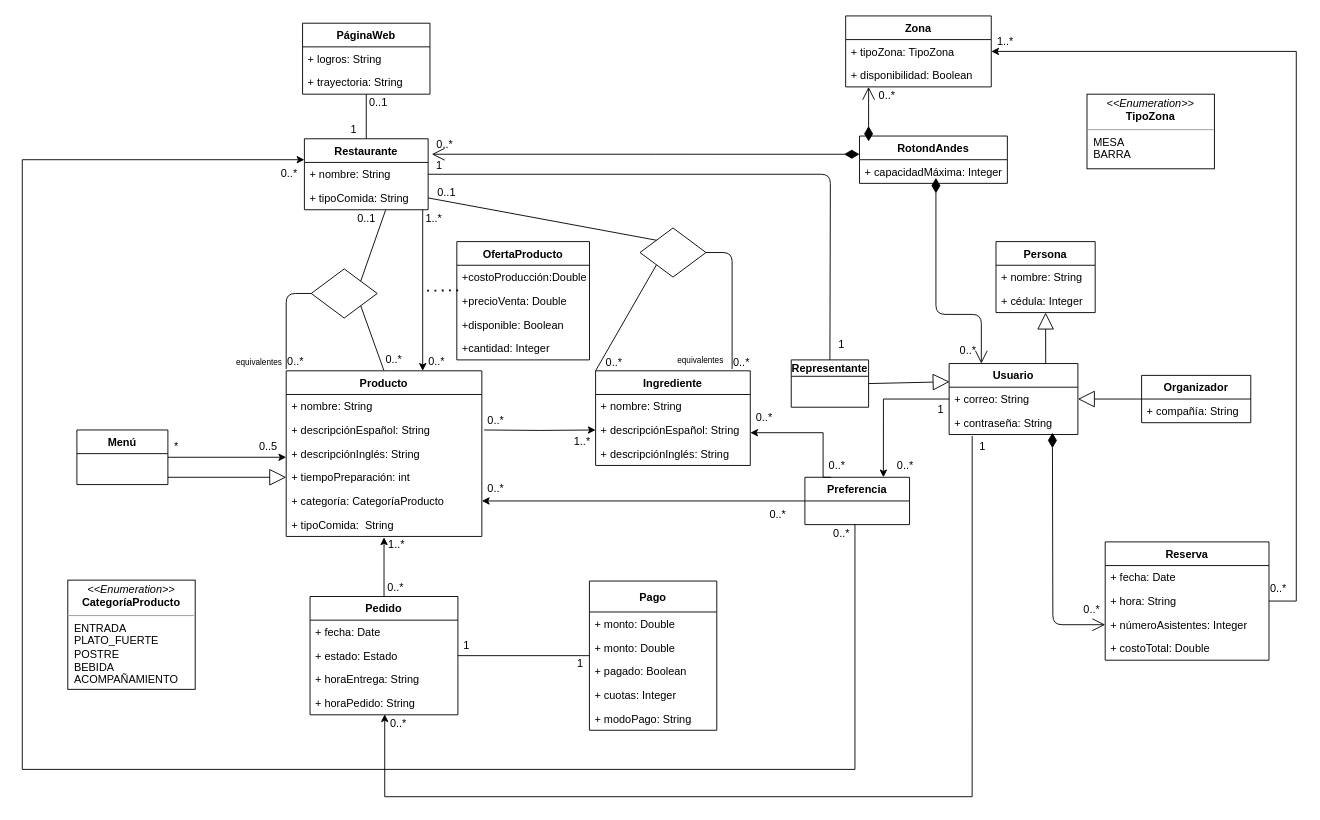
ValentinaSalazarM/Sistrans keeps this draw.io diagram as Untitled Diagram.drawio. Above is the earlier version. Source tidied: cells renumbered, new cells numbered last; positions are measured from the earlier drawing's top-left corner, leaving out a move shared by most shapes. Both pictures are drawn from the tidied source at 91%, with x=0, y=0 at pixel (22, 15).
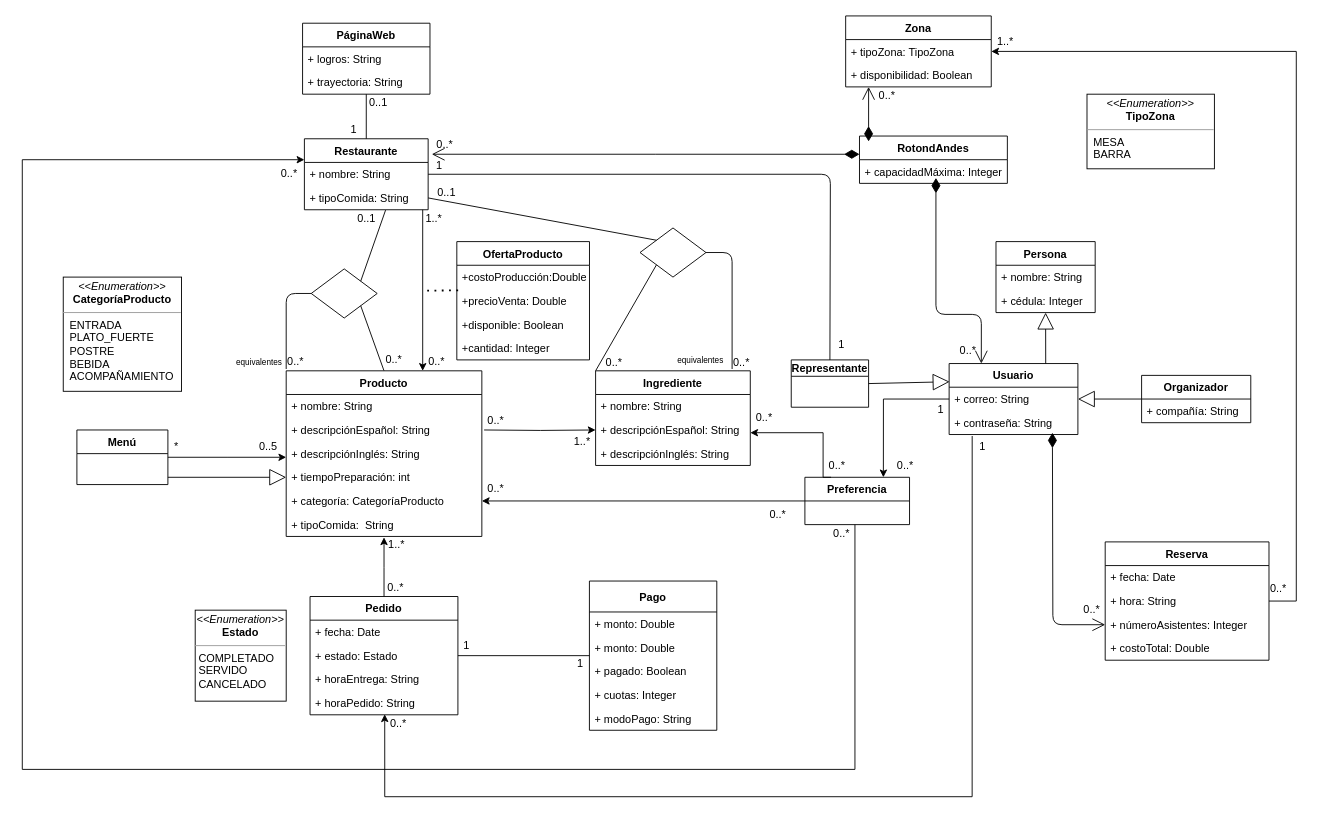
The same diagram, later.

The edit, as a diff of the source:
```diff
@@
     <mxCell id="7" value="&lt;p style=&quot;margin: 0px ; margin-top: 4px ; text-align: center&quot;&gt;&lt;i&gt;&amp;lt;&amp;lt;Enumeration&amp;gt;&amp;gt;&lt;/i&gt;&lt;br&gt;&lt;b&gt;CategoríaProducto&lt;/b&gt;&lt;/p&gt;&lt;hr size=&quot;1&quot;&gt;&lt;p style=&quot;margin: 0px ; margin-left: 4px&quot;&gt;&amp;nbsp;ENTRADA&lt;/p&gt;&lt;p style=&quot;margin: 0px ; margin-left: 4px&quot;&gt;&amp;nbsp;PLATO_FUERTE&lt;/p&gt;&lt;p style=&quot;margin: 0px ; margin-left: 4px&quot;&gt;&amp;nbsp;POSTRE&lt;/p&gt;&lt;p style=&quot;margin: 0px ; margin-left: 4px&quot;&gt;&amp;nbsp;BEBIDA&lt;/p&gt;&lt;p style=&quot;margin: 0px ; margin-left: 4px&quot;&gt;&amp;nbsp;ACOMPAÑAMIENTO&lt;/p&gt;" style="verticalAlign=top;align=left;overflow=fill;fontSize=12;fontFamily=Helvetica;html=1;" parent="1" vertex="1">
-      <mxGeometry x="50" y="620" width="140" height="120" as="geometry" />
+      <mxGeometry x="45" y="287" width="130" height="125.5" as="geometry" />
     </mxCell>
@@
+    <mxCell id="129" value="&lt;p style=&quot;margin: 0px ; margin-top: 4px ; text-align: center&quot;&gt;&lt;i&gt;&amp;lt;&amp;lt;Enumeration&amp;gt;&amp;gt;&lt;/i&gt;&lt;br&gt;&lt;b&gt;Estado&lt;/b&gt;&lt;/p&gt;&lt;hr size=&quot;1&quot;&gt;&lt;p style=&quot;margin: 0px ; margin-left: 4px&quot;&gt;&lt;span&gt;COMPLETADO&lt;/span&gt;&lt;/p&gt;&lt;p style=&quot;margin: 0px ; margin-left: 4px&quot;&gt;&lt;span&gt;SERVIDO&lt;/span&gt;&lt;/p&gt;&lt;p style=&quot;margin: 0px ; margin-left: 4px&quot;&gt;CANCELADO&lt;/p&gt;&lt;p style=&quot;margin: 0px ; margin-left: 4px&quot;&gt;&lt;br&gt;&lt;/p&gt;" style="verticalAlign=top;align=left;overflow=fill;fontSize=12;fontFamily=Helvetica;html=1;" parent="1" vertex="1">
+      <mxGeometry x="190" y="653" width="100" height="100" as="geometry" />
+    </mxCell>
```
